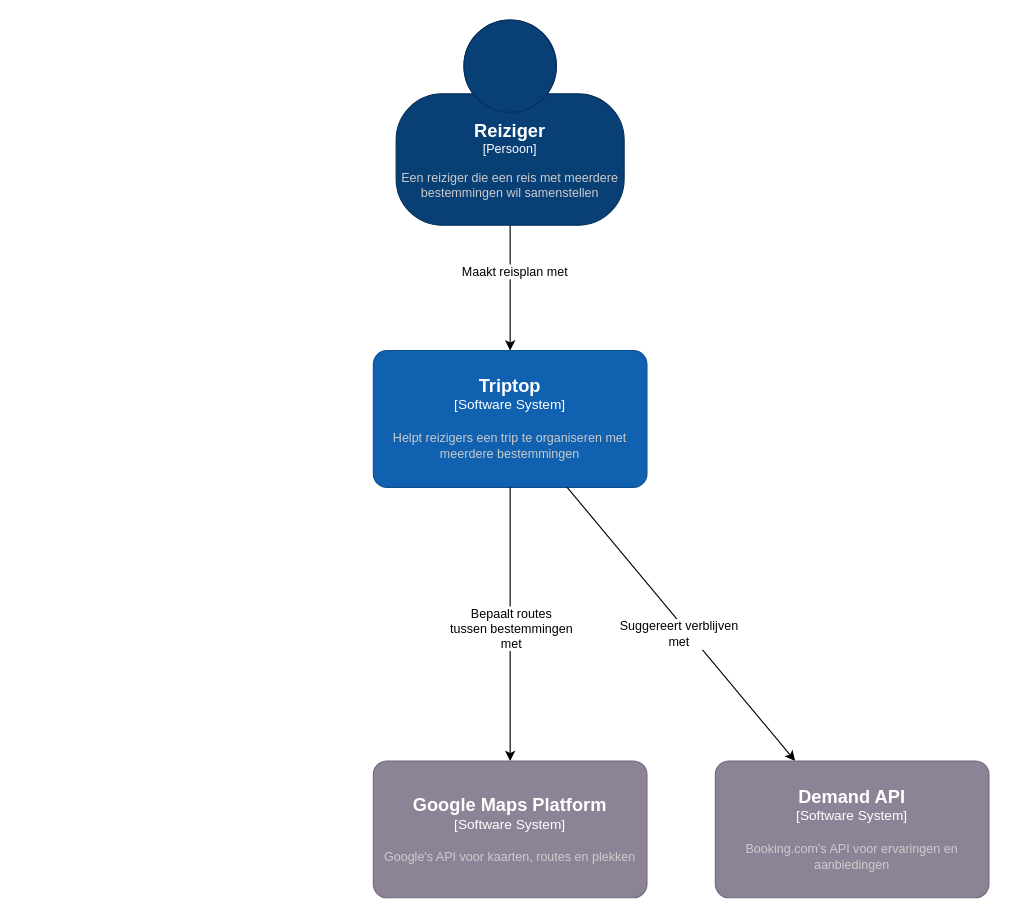
The draw.io diagram triptop-context-diagram.drawio in AIM-ENE-feb25/triptop-groep-b2, before the edit. Source tidied: cells renumbered, new cells numbered last; positions are measured from the earlier drawing's top-left corner, leaving out a move shared by most shapes. Both pictures are drawn from the tidied source at 114%, with x=0, y=0 at pixel (373, 19).
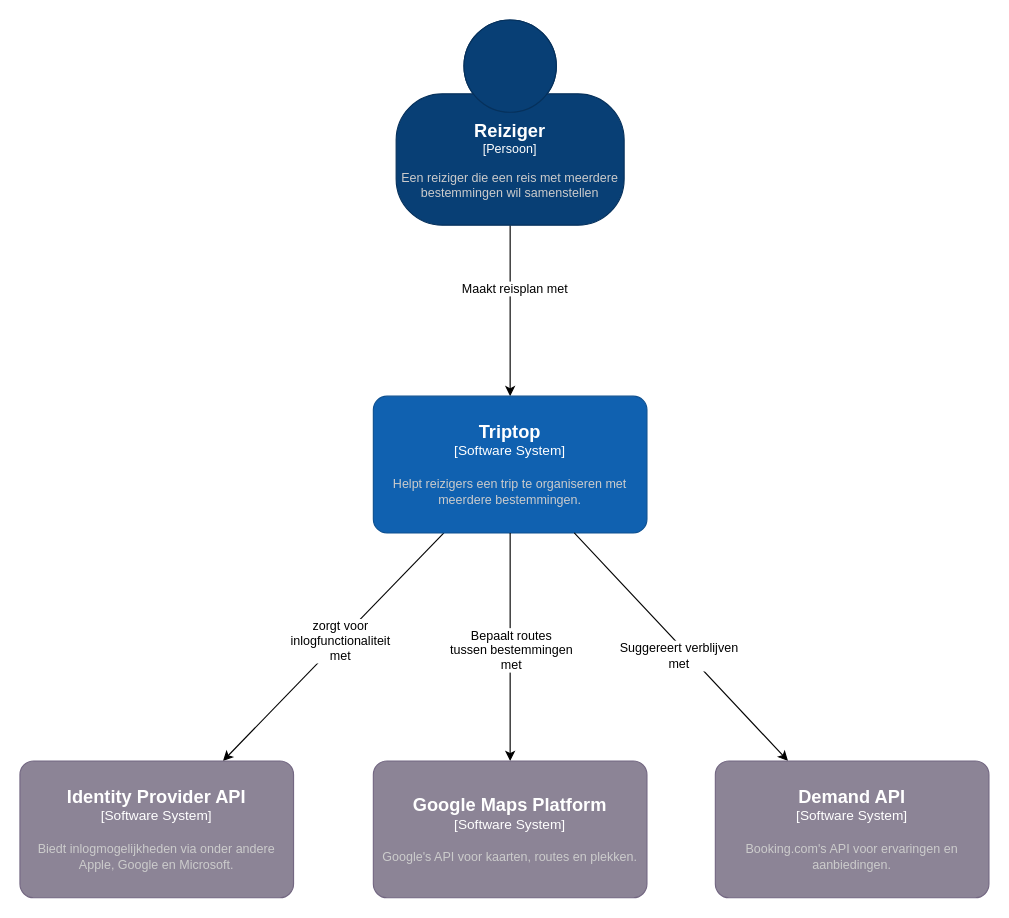
The same diagram, later.

The edit, as a diff of the source:
```diff
@@
 <mxGraphModel>
   <root>
     <mxCell id="0" />
     <mxCell id="1" parent="0" />
     <mxCell id="2" style="edgeStyle=none;rounded=0;jettySize=auto;html=1;" parent="1" edge="1" source="4" target="5">
       <mxGeometry relative="1" as="geometry" />
     </mxCell>
     <mxCell id="3" value="Maakt reisplan met" style="edgeLabel;html=1;align=center;verticalAlign=middle;" parent="2" vertex="1">
       <mxGeometry x="-0.26" y="3" relative="1" as="geometry">
         <mxPoint y="-1" as="offset" />
       </mxGeometry>
     </mxCell>
     <object id="4" label="&lt;font style=&quot;font-size: 16px&quot;&gt;&lt;b&gt;%c4Name%&lt;/b&gt;&lt;/font&gt;&lt;div&gt;[%c4Type%]&lt;/div&gt;&lt;br&gt;&lt;div&gt;&lt;font style=&quot;font-size: 11px&quot;&gt;&lt;font color=&quot;#cccccc&quot;&gt;%c4Description%&lt;/font&gt;&lt;/div&gt;" c4Description="Een reiziger die een reis met meerdere bestemmingen wil samenstellen" c4Name="Reiziger" c4Type="Persoon" placeholders="1">
       <mxCell style="html=1;fontSize=11;dashed=0;whiteSpace=wrap;fillColor=#083F75;strokeColor=#06315C;fontColor=#ffffff;shape=mxgraph.c4.person2;align=center;points=[[0.5,0,0],[1,0.5,0],[1,0.75,0],[0.75,1,0],[0.5,1,0],[0.25,1,0],[0,0.75,0],[0,0.5,0]];" parent="1" vertex="1">
         <mxGeometry x="20" width="200" height="180" as="geometry" />
       </mxCell>
     </object>
+    <mxCell id="12" style="rounded=0;jettySize=auto;html=1;" parent="1" edge="1" source="5" target="14">
+      <mxGeometry relative="1" as="geometry" />
+    </mxCell>
+    <mxCell id="13" value="zorgt voor&lt;div&gt;inlogfunctionaliteit&lt;/div&gt;&lt;div&gt;met&lt;/div&gt;" style="edgeLabel;html=1;align=center;verticalAlign=middle;" parent="12" vertex="1">
+      <mxGeometry x="-0.05" relative="1" as="geometry" />
+    </mxCell>
-    <object id="5" label="&lt;font style=&quot;font-size: 16px&quot;&gt;&lt;b&gt;%c4Name%&lt;/b&gt;&lt;/font&gt;&lt;div&gt;[%c4Type%]&lt;/div&gt;&lt;br&gt;&lt;div&gt;&lt;font style=&quot;font-size: 11px&quot;&gt;&lt;font color=&quot;#cccccc&quot;&gt;%c4Description%&lt;/font&gt;&lt;/div&gt;" c4Description="Helpt reizigers een trip te organiseren met meerdere bestemmingen" c4Name="Triptop" c4Type="Software System" placeholders="1">
+    <object id="5" label="&lt;font style=&quot;font-size: 16px&quot;&gt;&lt;b&gt;%c4Name%&lt;/b&gt;&lt;/font&gt;&lt;div&gt;[%c4Type%]&lt;/div&gt;&lt;br&gt;&lt;div&gt;&lt;font style=&quot;font-size: 11px&quot;&gt;&lt;font color=&quot;#cccccc&quot;&gt;%c4Description%&lt;/font&gt;&lt;/div&gt;" c4Description="Helpt reizigers een trip te organiseren met meerdere bestemmingen." c4Name="Triptop" c4Type="Software System" placeholders="1">
       <mxCell style="rounded=1;whiteSpace=wrap;html=1;labelBackgroundColor=none;fillColor=#1061B0;fontColor=#ffffff;align=center;arcSize=10;strokeColor=#0D5091;points=[[0.25,0,0],[0.5,0,0],[0.75,0,0],[1,0.25,0],[1,0.5,0],[1,0.75,0],[0.75,1,0],[0.5,1,0],[0.25,1,0],[0,0.75,0],[0,0.5,0],[0,0.25,0]];" parent="1" vertex="1">
-        <mxGeometry y="290" width="240" height="120" as="geometry" />
+        <mxGeometry y="330" width="240" height="120" as="geometry" />
       </mxCell>
     </object>
     <mxCell id="6" style="edgeStyle=none;rounded=0;jettySize=auto;html=1;exitX=0.5;exitY=1;exitDx=0;exitDy=0;exitPerimeter=0;entryX=0.5;entryY=0;entryDx=0;entryDy=0;entryPerimeter=0;" parent="1" edge="1" source="5" target="8">
       <mxGeometry relative="1" as="geometry" />
     </mxCell>
     <mxCell id="7" value="Bepaalt routes&lt;div&gt;tussen bestemmingen&lt;/div&gt;&lt;div&gt;met&lt;/div&gt;" style="edgeLabel;html=1;align=center;verticalAlign=middle;" parent="6" vertex="1">
       <mxGeometry x="0.03" relative="1" as="geometry">
         <mxPoint y="-1" as="offset" />
       </mxGeometry>
     </mxCell>
-    <object id="8" label="&lt;font style=&quot;font-size: 16px&quot;&gt;&lt;b&gt;%c4Name%&lt;/b&gt;&lt;/font&gt;&lt;div&gt;[%c4Type%]&lt;/div&gt;&lt;br&gt;&lt;div&gt;&lt;font style=&quot;font-size: 11px&quot;&gt;&lt;font color=&quot;#cccccc&quot;&gt;%c4Description%&lt;/font&gt;&lt;/div&gt;" c4Description="Google's API voor kaarten, routes en plekken" c4Name="Google Maps Platform" c4Type="Software System" placeholders="1">
+    <object id="8" label="&lt;font style=&quot;font-size: 16px&quot;&gt;&lt;b&gt;%c4Name%&lt;/b&gt;&lt;/font&gt;&lt;div&gt;[%c4Type%]&lt;/div&gt;&lt;br&gt;&lt;div&gt;&lt;font style=&quot;font-size: 11px&quot;&gt;&lt;font color=&quot;#cccccc&quot;&gt;%c4Description%&lt;/font&gt;&lt;/div&gt;" c4Description="Google's API voor kaarten, routes en plekken." c4Name="Google Maps Platform" c4Type="Software System" placeholders="1">
       <mxCell style="rounded=1;whiteSpace=wrap;html=1;labelBackgroundColor=none;fillColor=#8C8496;fontColor=#ffffff;align=center;arcSize=10;strokeColor=#736782;points=[[0.25,0,0],[0.5,0,0],[0.75,0,0],[1,0.25,0],[1,0.5,0],[1,0.75,0],[0.75,1,0],[0.5,1,0],[0.25,1,0],[0,0.75,0],[0,0.5,0],[0,0.25,0]];" parent="1" vertex="1">
         <mxGeometry y="650" width="240" height="120" as="geometry" />
       </mxCell>
     </object>
     <mxCell id="9" style="edgeStyle=none;rounded=0;jettySize=auto;html=1;" parent="1" edge="1" source="5" target="11">
       <mxGeometry relative="1" as="geometry" />
     </mxCell>
     <mxCell id="10" value="Suggereert verblijven&lt;div&gt;met&lt;/div&gt;" style="edgeLabel;html=1;align=center;verticalAlign=middle;" parent="9" vertex="1">
       <mxGeometry x="0.03" y="-7" relative="1" as="geometry" />
     </mxCell>
-    <object id="11" label="&lt;font style=&quot;font-size: 16px&quot;&gt;&lt;b&gt;%c4Name%&lt;/b&gt;&lt;/font&gt;&lt;div&gt;[%c4Type%]&lt;/div&gt;&lt;br&gt;&lt;div&gt;&lt;font style=&quot;font-size: 11px&quot;&gt;&lt;font color=&quot;#cccccc&quot;&gt;%c4Description%&lt;/font&gt;&lt;/div&gt;" c4Description="Booking.com's API voor ervaringen en aanbiedingen" c4Name="Demand API" c4Type="Software System" placeholders="1">
+    <object id="11" label="&lt;font style=&quot;font-size: 16px&quot;&gt;&lt;b&gt;%c4Name%&lt;/b&gt;&lt;/font&gt;&lt;div&gt;[%c4Type%]&lt;/div&gt;&lt;br&gt;&lt;div&gt;&lt;font style=&quot;font-size: 11px&quot;&gt;&lt;font color=&quot;#cccccc&quot;&gt;%c4Description%&lt;/font&gt;&lt;/div&gt;" c4Description="Booking.com's API voor ervaringen en aanbiedingen." c4Name="Demand API" c4Type="Software System" placeholders="1">
       <mxCell style="rounded=1;whiteSpace=wrap;html=1;labelBackgroundColor=none;fillColor=#8C8496;fontColor=#ffffff;align=center;arcSize=10;strokeColor=#736782;points=[[0.25,0,0],[0.5,0,0],[0.75,0,0],[1,0.25,0],[1,0.5,0],[1,0.75,0],[0.75,1,0],[0.5,1,0],[0.25,1,0],[0,0.75,0],[0,0.5,0],[0,0.25,0]];" parent="1" vertex="1">
         <mxGeometry x="300" y="650" width="240" height="120" as="geometry" />
       </mxCell>
     </object>
+    <object id="14" label="&lt;font style=&quot;font-size: 16px&quot;&gt;&lt;b&gt;%c4Name%&lt;/b&gt;&lt;/font&gt;&lt;div&gt;[%c4Type%]&lt;/div&gt;&lt;br&gt;&lt;div&gt;&lt;font style=&quot;font-size: 11px&quot;&gt;&lt;font color=&quot;#cccccc&quot;&gt;%c4Description%&lt;/font&gt;&lt;/div&gt;" c4Description="Biedt inlogmogelijkheden via onder andere Apple, Google en Microsoft." c4Name="Identity Provider API" c4Type="Software System" placeholders="1">
+      <mxCell style="rounded=1;whiteSpace=wrap;html=1;labelBackgroundColor=none;fillColor=#8C8496;fontColor=#ffffff;align=center;arcSize=10;strokeColor=#736782;points=[[0.25,0,0],[0.5,0,0],[0.75,0,0],[1,0.25,0],[1,0.5,0],[1,0.75,0],[0.75,1,0],[0.5,1,0],[0.25,1,0],[0,0.75,0],[0,0.5,0],[0,0.25,0]];" parent="1" vertex="1">
+        <mxGeometry x="-310" y="650" width="240" height="120" as="geometry" />
+      </mxCell>
+    </object>
   </root>
 </mxGraphModel>
```
